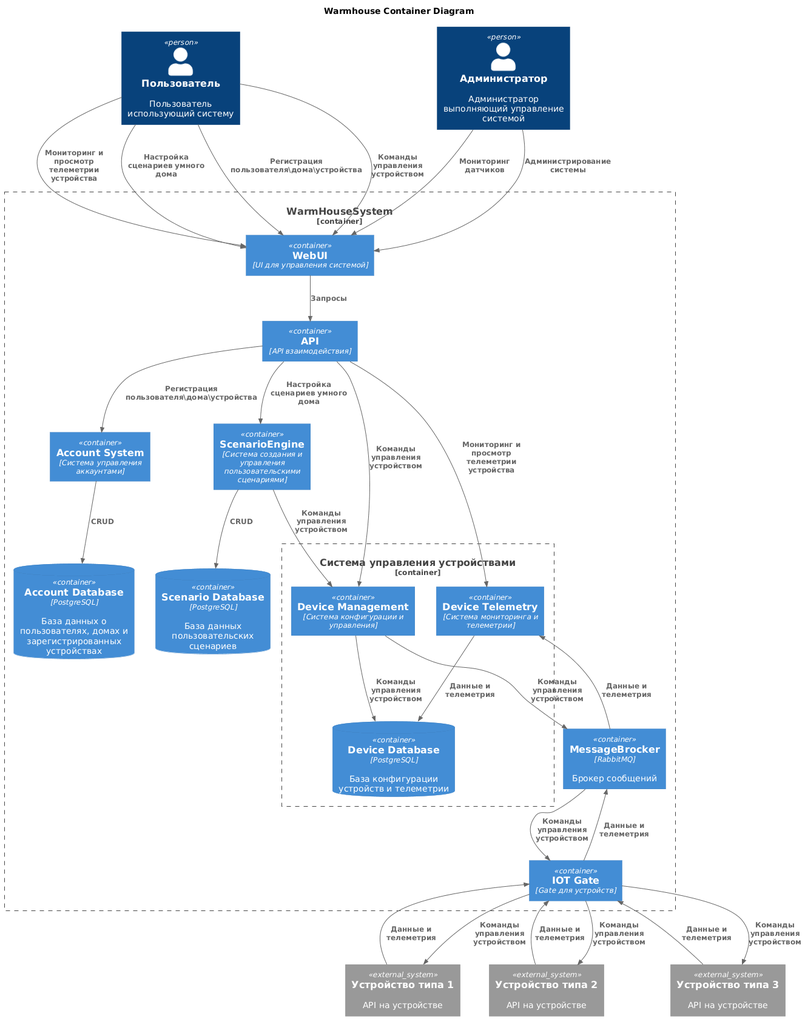
This is Schemes/C4_container.png from MasterKhajiit/architecture-warmhouse-1, a PlantUML export, as it was before one commit.
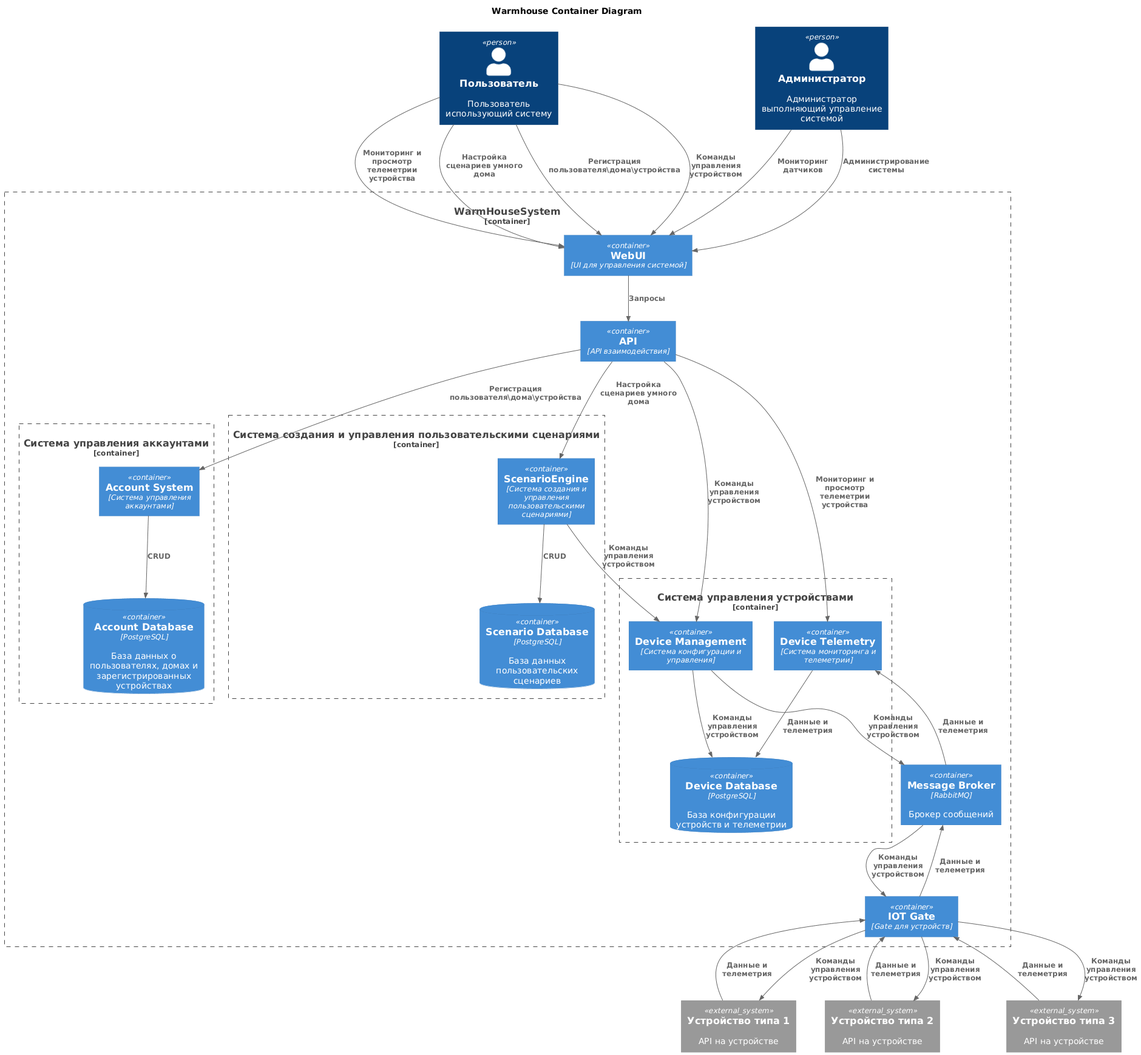
The same diagram one commit later.

The edit, as a diff of the source:
```diff
@@ -6,28 +6,32 @@
 Person(user, "Пользователь", "Пользователь использующий систему")
 Person(admin, "Администратор", "Администратор выполняющий управление системой")
 
+System_Ext(sensor1, "Устройство типа 1", "API на устройстве")
+System_Ext(sensor2, "Устройство типа 2", "API на устройстве")
+System_Ext(sensor3, "Устройство типа 3", "API на устройстве")
+
 Container_Boundary(WarmHouseSystem, "WarmHouseSystem") {
     Container(WebUI, "WebUI", "UI для управления системой")
     Container(APIGate, "API", "API взаимодействия")
     Container(IOTGate, "IOT Gate", "Gate для устройств")
 
-    Container(AccountMGM, "Account System", "Система управления аккаунтами")
-    ContainerDb(AccountDb, "Account Database", "PostgreSQL", "База данных о пользователях, домах и зарегистрированных устройствах")
+    Container_Boundary(AccountMGM, "Система управления аккаунтами"){
+        Container(AccountCore, "Account System", "Система управления аккаунтами")
+        ContainerDb(AccountDb, "Account Database", "PostgreSQL", "База данных о пользователях, домах и зарегистрированных устройствах")
+    }
 
-    Container(ScenarioEngine, "ScenarioEngine", "Система создания и управления пользовательскими сценариями")
-    ContainerDb(ScenarioDb, "Scenario Database", "PostgreSQL", "База данных пользовательских сценариев")
+    Container_Boundary(ScenarioMGM, "Система создания и управления пользовательскими сценариями"){
+        Container(ScenarioEngine, "ScenarioEngine", "Система создания и управления пользовательскими сценариями")
+        ContainerDb(ScenarioDb, "Scenario Database", "PostgreSQL", "База данных пользовательских сценариев")
+    }
 
     Container_Boundary(DeviceMGM, "Система управления устройствами") {
         Container(Management, "Device Management", "Система конфигурации и управления")
         Container(Telemetry, "Device Telemetry", "Система мониторинга и телеметрии")
         ContainerDb(DeviceDb, "Device Database", "PostgreSQL", "База конфигурации устройств и телеметрии")
     }
-    Container(MessageBrocker, "MessageBrocker", "RabbitMQ",  "Брокер сообщений")
+    Container(MessageBroker, "Message Broker", "RabbitMQ",  "Брокер сообщений")
 }
-
-System_Ext(sensor1, "Устройство типа 1", "API на устройстве")
-System_Ext(sensor2, "Устройство типа 2", "API на устройстве")
-System_Ext(sensor3, "Устройство типа 3", "API на устройстве")
 
 Rel(user, WebUI, "Регистрация пользователя\дома\устройства")
 Rel(user, WebUI, "Команды управления устройством")
@@ -39,8 +43,8 @@
 
 Rel(WebUI, APIGate, "Запросы")
 
-Rel(APIGate, AccountMGM, "Регистрация пользователя\дома\устройства")
-Rel(AccountMGM, AccountDb, "CRUD")
+Rel(APIGate, AccountCore, "Регистрация пользователя\дома\устройства")
+Rel(AccountCore, AccountDb, "CRUD")
 
 Rel(APIGate, ScenarioEngine, "Настройка сценариев умного дома")
 Rel(ScenarioEngine, ScenarioDb, "CRUD")
@@ -48,14 +52,13 @@
 
 Rel(APIGate, Management, "Команды управления устройством")
 Rel(Management, DeviceDb, "Команды управления устройством")
-Rel(Management, MessageBrocker, "Команды управления устройством")
-
+Rel(Management, MessageBroker, "Команды управления устройством")
 Rel(APIGate, Telemetry, "Мониторинг и просмотр телеметрии устройства")
-Rel(MessageBrocker, Telemetry, "Данные и телеметрия")
+Rel(MessageBroker, Telemetry, "Данные и телеметрия")
 Rel(Telemetry, DeviceDb, "Данные и телеметрия")
 
-Rel(MessageBrocker, IOTGate, "Команды управления устройством")
-Rel(IOTGate, MessageBrocker, "Данные и телеметрия")
+Rel(MessageBroker, IOTGate, "Команды управления устройством")
+Rel(IOTGate, MessageBroker, "Данные и телеметрия")
 
 Rel(IOTGate, sensor1, "Команды управления устройством")
 Rel(IOTGate, sensor2, "Команды управления устройством")
```
